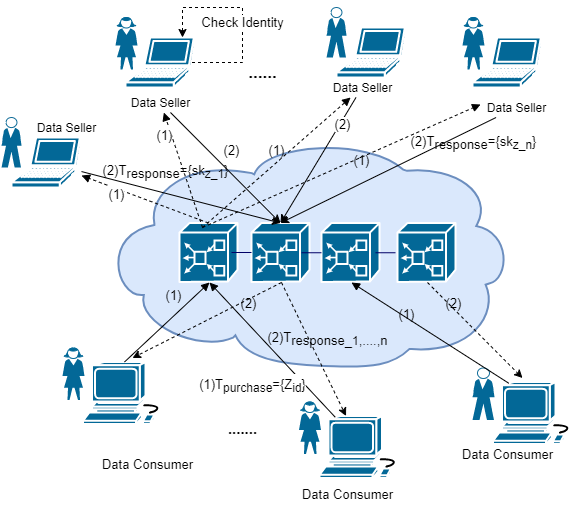
The draw.io diagram newidentity.png in yyuu-6/1111, before a commit. Source tidied: cells renumbered, new cells last; positions are measured from the earlier drawing's top-left corner, leaving out a move shared by most shapes.
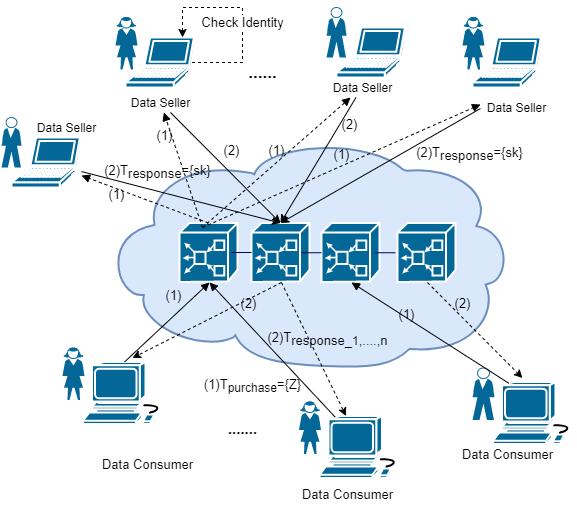
After the change.

What changed in the source:
```diff
@@ -2,14 +2,11 @@
   <root>
     <mxCell id="0" />
     <mxCell id="1" parent="0" />
-    <mxCell id="2" style="group;" parent="1" vertex="1">
-      <mxGeometry x="100" y="130" width="450" height="230" as="geometry" />
-    </mxCell>
-    <mxCell id="3" style="shape=mxgraph.cisco.storage.cloud;html=1;dashed=0;strokeWidth=2;verticalLabelPosition=bottom;verticalAlign=top;align=center;fillColor=#dae8fc;strokeColor=#6c8ebf;" parent="2" vertex="1">
-      <mxGeometry width="410" height="230" as="geometry" />
+    <mxCell id="3" style="shape=mxgraph.cisco.storage.cloud;html=1;dashed=0;strokeWidth=2;verticalLabelPosition=bottom;verticalAlign=top;align=center;fillColor=#dae8fc;strokeColor=#6c8ebf;" parent="1" vertex="1">
+      <mxGeometry x="100" y="130" width="410" height="230" as="geometry" />
     </mxCell>
-    <mxCell id="4" style="group;" parent="2" vertex="1">
-      <mxGeometry x="78" y="85.5" width="276" height="59" as="geometry" />
+    <mxCell id="4" style="group;" parent="1" vertex="1">
+      <mxGeometry x="178" y="215.5" width="276" height="59" as="geometry" />
     </mxCell>
     <mxCell id="5" style="shape=mxgraph.cisco.hubs_and_gateways.mas_gateway;html=1;dashed=0;fillColor=#036897;strokeColor=#ffffff;strokeWidth=2;verticalLabelPosition=bottom;verticalAlign=top;align=center;outlineConnect=0;" parent="4" vertex="1">
       <mxGeometry width="58" height="59" as="geometry" />
@@ -32,25 +29,25 @@
     <mxCell id="11" style="line;strokeWidth=1;fillColor=none;align=left;verticalAlign=middle;spacingTop=-1;spacingLeft=3;spacingRight=3;labelPosition=right;strokeColor=#000066;" parent="4" vertex="1">
       <mxGeometry x="196" y="25.8" width="20" height="8" as="geometry" />
     </mxCell>
-    <mxCell id="12" value="Data Seller" style="text;html=1;align=center;verticalAlign=middle;points=[];strokeColor=none;" parent="2" vertex="1">
-      <mxGeometry x="380" y="-40" width="70" height="20" as="geometry" />
+    <mxCell id="12" value="Data Seller" style="text;html=1;align=center;verticalAlign=middle;points=[];strokeColor=none;" parent="1" vertex="1">
+      <mxGeometry x="480" y="90" width="70" height="20" as="geometry" />
     </mxCell>
-    <mxCell id="13" value="&lt;font style=&quot;font-size: 13px&quot;&gt;(1)&lt;/font&gt;" style="html=1;verticalAlign=bottom;endArrow=block;fontSize=17;dashed=1;entryX=-0.014;entryY=0.35;entryDx=0;entryDy=0;entryPerimeter=0;labelBackgroundColor=none;" parent="2" edge="1" target="12">
-      <mxGeometry x="0.11" y="-14" relative="1" as="geometry">
-        <mxPoint x="101" y="90" as="sourcePoint" />
+    <mxCell id="13" value="&lt;font style=&quot;font-size: 13px&quot;&gt;(1)&lt;/font&gt;" style="html=1;verticalAlign=bottom;endArrow=block;fontSize=17;dashed=1;entryX=-0.014;entryY=0.35;entryDx=0;entryDy=0;entryPerimeter=0;labelBackgroundColor=none;" parent="1" edge="1" target="12">
+      <mxGeometry x="189" y="160" as="geometry">
+        <mxPoint x="201" y="220" as="sourcePoint" />
       </mxGeometry>
     </mxCell>
-    <mxCell id="14" value="(2)" style="edgeLabel;html=1;align=center;verticalAlign=middle;fontSize=13;" parent="2" vertex="1">
-      <mxGeometry x="78" y="55" as="geometry">
+    <mxCell id="14" value="(2)" style="edgeLabel;html=1;align=center;verticalAlign=middle;fontSize=13;" parent="1" vertex="1">
+      <mxGeometry x="178" y="185" as="geometry">
         <mxPoint x="51" y="-42" as="offset" />
       </mxGeometry>
     </mxCell>
-    <mxCell id="15" style="rounded=0;jettySize=auto;html=1;fontSize=17;entryX=0.5;entryY=0;entryDx=0;entryDy=0;entryPerimeter=0;" parent="2" edge="1" source="12" target="6">
-      <mxGeometry relative="1" as="geometry" />
+    <mxCell id="15" style="rounded=0;jettySize=auto;html=1;fontSize=17;entryX=0.5;entryY=0;entryDx=0;entryDy=0;entryPerimeter=0;exitX=-0.014;exitY=0.55;exitDx=0;exitDy=0;exitPerimeter=0;" parent="1" edge="1" source="12" target="6">
+      <mxGeometry x="189" y="160" as="geometry" />
     </mxCell>
-    <mxCell id="16" value="(2)T&lt;sub style=&quot;font-size: 13px&quot;&gt;response&lt;/sub&gt;&lt;span style=&quot;font-size: 13px&quot;&gt;={sk&lt;sub&gt;z_n&lt;/sub&gt;}&lt;/span&gt;" style="edgeLabel;html=1;align=center;verticalAlign=middle;fontSize=13;labelBackgroundColor=none;" parent="15" vertex="1">
+    <mxCell id="16" value="(2)T&lt;sub style=&quot;font-size: 13px&quot;&gt;response&lt;/sub&gt;&lt;span style=&quot;font-size: 13px&quot;&gt;={sk}&lt;/span&gt;" style="edgeLabel;html=1;align=center;verticalAlign=middle;fontSize=13;labelBackgroundColor=none;" parent="15" vertex="1">
       <mxGeometry x="-0.4" y="-2" relative="1" as="geometry">
-        <mxPoint x="42" y="-5" as="offset" />
+        <mxPoint x="49" y="12" as="offset" />
       </mxGeometry>
     </mxCell>
     <mxCell id="17" style="group;" parent="1" vertex="1">
@@ -115,10 +112,10 @@
     <mxCell id="34" value="Data Seller" style="text;html=1;align=center;verticalAlign=middle;points=[];strokeColor=none;" parent="1" vertex="1">
       <mxGeometry x="124" y="85" width="70" height="20" as="geometry" />
     </mxCell>
-    <mxCell id="35" value="&lt;font style=&quot;font-size: 13px&quot;&gt;(1)&lt;/font&gt;" style="html=1;verticalAlign=bottom;endArrow=block;fontSize=17;exitX=0.5;exitY=0;exitDx=0;exitDy=0;exitPerimeter=0;dashed=1;" parent="1" edge="1" source="5" target="27">
+    <mxCell id="35" value="&lt;font style=&quot;font-size: 13px&quot;&gt;(1)&lt;/font&gt;" style="html=1;verticalAlign=bottom;endArrow=block;fontSize=17;exitX=0.5;exitY=0;exitDx=0;exitDy=0;exitPerimeter=0;dashed=1;labelBackgroundColor=none;" parent="1" edge="1" source="5" target="27">
       <mxGeometry x="0.36" y="17" relative="1" as="geometry" />
     </mxCell>
-    <mxCell id="36" value="&lt;font style=&quot;font-size: 13px&quot;&gt;(1)&lt;/font&gt;" style="html=1;verticalAlign=bottom;endArrow=block;fontSize=17;exitX=0.397;exitY=0.076;exitDx=0;exitDy=0;exitPerimeter=0;dashed=1;" parent="1" edge="1" source="5" target="34">
+    <mxCell id="36" value="&lt;font style=&quot;font-size: 13px&quot;&gt;(1)&lt;/font&gt;" style="html=1;verticalAlign=bottom;endArrow=block;fontSize=17;exitX=0.397;exitY=0.076;exitDx=0;exitDy=0;exitPerimeter=0;dashed=1;labelBackgroundColor=none;" parent="1" edge="1" source="5" target="34">
       <mxGeometry x="0.45" y="11" relative="1" as="geometry" />
     </mxCell>
     <mxCell id="37" value="&lt;font style=&quot;font-size: 13px&quot;&gt;(1)&lt;/font&gt;" style="html=1;verticalAlign=bottom;endArrow=block;fontSize=17;dashed=1;labelBackgroundColor=none;" parent="1" edge="1" target="32">
@@ -129,20 +126,20 @@
     <mxCell id="38" style="rounded=0;jettySize=auto;html=1;fontSize=17;entryX=0.5;entryY=0;entryDx=0;entryDy=0;entryPerimeter=0;" parent="1" edge="1" source="27" target="6">
       <mxGeometry relative="1" as="geometry" />
     </mxCell>
-    <mxCell id="39" value="(2)T&lt;sub style=&quot;font-size: 13px&quot;&gt;response&lt;/sub&gt;&lt;span style=&quot;font-size: 13px&quot;&gt;={sk&lt;sub&gt;z_1&lt;/sub&gt;}&lt;/span&gt;" style="edgeLabel;html=1;align=center;verticalAlign=middle;fontSize=13;labelBackgroundColor=none;" parent="38" vertex="1">
+    <mxCell id="39" value="(2)T&lt;sub style=&quot;font-size: 13px&quot;&gt;response&lt;/sub&gt;&lt;span style=&quot;font-size: 13px&quot;&gt;={sk}&lt;/span&gt;" style="edgeLabel;html=1;align=center;verticalAlign=middle;fontSize=13;labelBackgroundColor=none;" parent="38" vertex="1">
       <mxGeometry x="-0.4" y="-2" relative="1" as="geometry">
-        <mxPoint x="25" y="-18" as="offset" />
+        <mxPoint x="17" y="-18" as="offset" />
       </mxGeometry>
     </mxCell>
-    <mxCell id="40" style="rounded=0;jettySize=auto;html=1;fontSize=17;entryX=0.5;entryY=0;entryDx=0;entryDy=0;entryPerimeter=0;" parent="1" edge="1" source="34" target="6">
+    <mxCell id="40" style="rounded=0;jettySize=auto;html=1;fontSize=17;entryX=0.5;entryY=0;entryDx=0;entryDy=0;entryPerimeter=0;labelBackgroundColor=none;" parent="1" edge="1" source="34" target="6">
       <mxGeometry relative="1" as="geometry" />
     </mxCell>
-    <mxCell id="41" style="rounded=0;jettySize=auto;html=1;fontSize=17;entryX=0.5;entryY=0;entryDx=0;entryDy=0;entryPerimeter=0;" parent="1" edge="1" source="32" target="6">
+    <mxCell id="41" style="rounded=0;jettySize=auto;html=1;fontSize=17;entryX=0.5;entryY=0;entryDx=0;entryDy=0;entryPerimeter=0;labelBackgroundColor=none;" parent="1" edge="1" source="32" target="6">
       <mxGeometry relative="1" as="geometry" />
     </mxCell>
-    <mxCell id="42" value="(2)" style="edgeLabel;html=1;align=center;verticalAlign=middle;fontSize=13;" parent="41" vertex="1">
+    <mxCell id="42" value="(2)" style="edgeLabel;html=1;align=center;verticalAlign=middle;fontSize=13;labelBackgroundColor=none;" parent="41" vertex="1">
       <mxGeometry x="-0.58" y="2" relative="1" as="geometry">
-        <mxPoint y="-1" as="offset" />
+        <mxPoint x="7" y="-1" as="offset" />
       </mxGeometry>
     </mxCell>
     <mxCell id="43" style="group;" parent="1" vertex="1">
@@ -157,7 +154,7 @@
     <mxCell id="46" value="&lt;font style=&quot;font-size: 13px&quot;&gt;Data Consumer&lt;/font&gt;" style="text;html=1;align=center;verticalAlign=middle;strokeColor=none;fontSize=17;" parent="1" vertex="1">
       <mxGeometry x="291" y="470.5" width="110" height="30" as="geometry" />
     </mxCell>
-    <mxCell id="47" value="&lt;font style=&quot;font-size: 13px&quot;&gt;(1)T&lt;sub&gt;purchase&lt;/sub&gt;={Z&lt;sub&gt;id&lt;/sub&gt;}&lt;/font&gt;" style="html=1;verticalAlign=bottom;endArrow=block;fontSize=17;exitX=0.19;exitY=0.02;exitDx=0;exitDy=0;exitPerimeter=0;entryX=0.5;entryY=1;entryDx=0;entryDy=0;entryPerimeter=0;" parent="1" edge="1" source="45">
+    <mxCell id="47" value="&lt;font style=&quot;font-size: 13px&quot;&gt;(1)T&lt;sub&gt;purchase&lt;/sub&gt;={Z}&lt;/font&gt;" style="html=1;verticalAlign=bottom;endArrow=block;fontSize=17;exitX=0.19;exitY=0.02;exitDx=0;exitDy=0;exitPerimeter=0;entryX=0.5;entryY=1;entryDx=0;entryDy=0;entryPerimeter=0;labelBackgroundColor=none;" parent="1" edge="1" source="45">
       <mxGeometry x="-0.23" y="47" relative="1" as="geometry">
         <mxPoint x="208" y="275" as="targetPoint" />
       </mxGeometry>
@@ -214,7 +211,7 @@
     </mxCell>
     <mxCell id="61" value="(2)" style="edgeLabel;html=1;align=center;verticalAlign=middle;fontSize=13;labelBackgroundColor=none;" parent="60" vertex="1">
       <mxGeometry x="-0.52" y="3" relative="1" as="geometry">
-        <mxPoint x="1" as="offset" />
+        <mxPoint x="10" as="offset" />
       </mxGeometry>
     </mxCell>
     <mxCell id="62" style="edgeStyle=none;rounded=0;jettySize=auto;html=1;exitX=0.5;exitY=1;exitDx=0;exitDy=0;exitPerimeter=0;fontSize=13;dashed=1;entryX=0.596;entryY=-0.065;entryDx=0;entryDy=0;entryPerimeter=0;" parent="1" edge="1" target="52">
```
